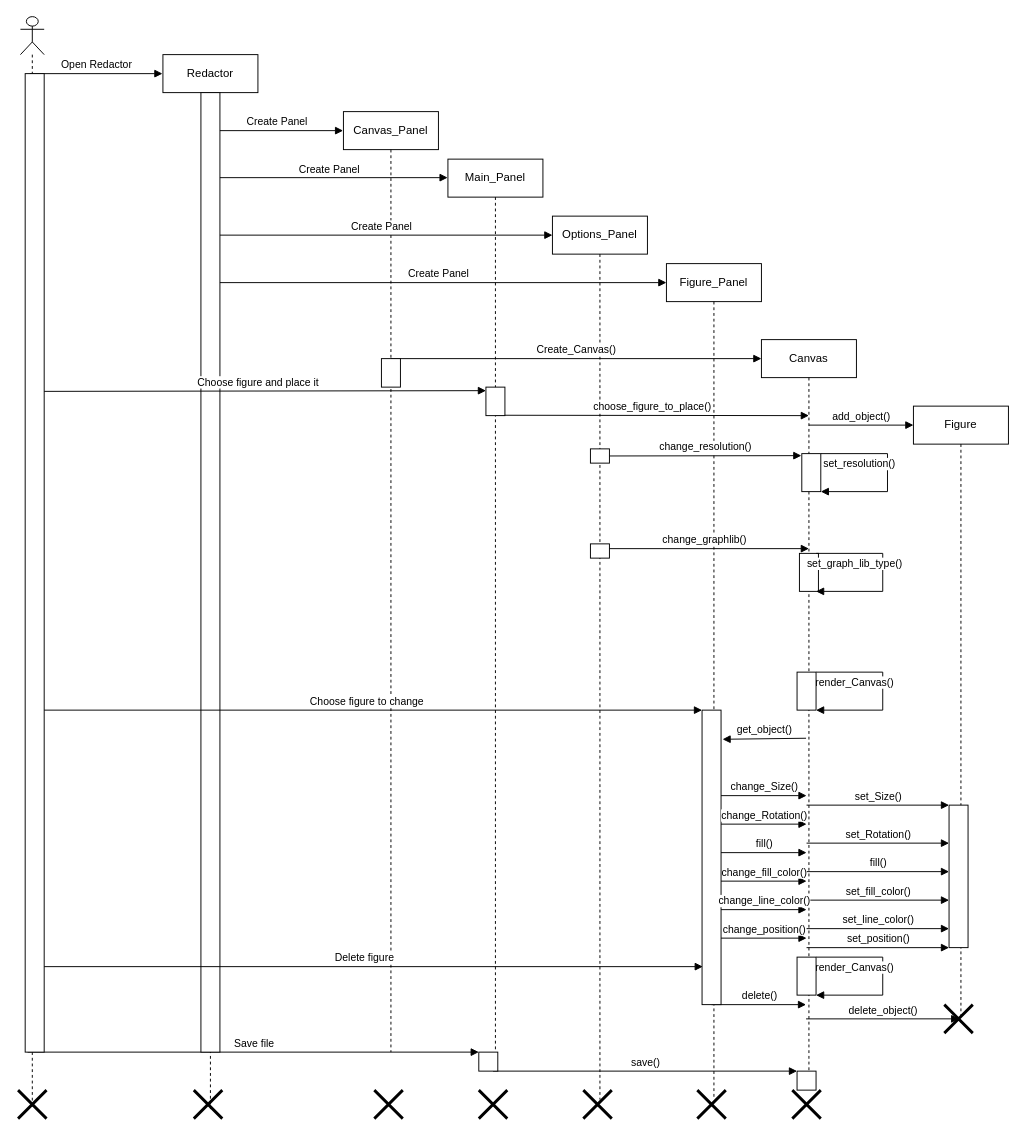
Above: Sequance.drawio in MstislavRomanovski/ProgramIngeneering (draw.io), before the change. Source tidied: cells renumbered, new cells numbered last; positions are measured from the earlier drawing's top-left corner, leaving out a move shared by most shapes. Both pictures are drawn from the tidied source at 95%, with x=0, y=0 at pixel (18, 16).
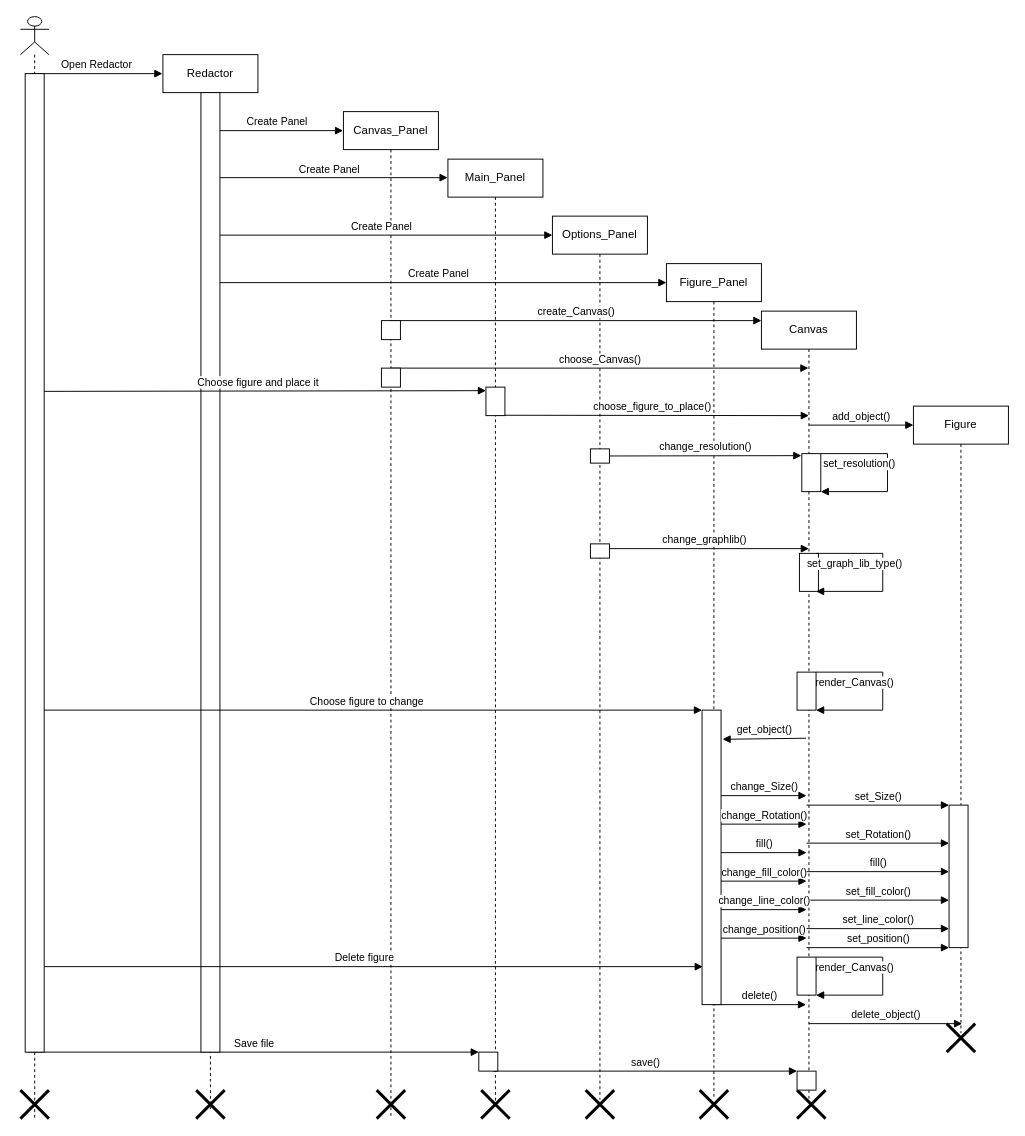
The same page after the edit.

Diff of the diagram source:
```diff
@@
     <mxCell id="3" value="Canvas_Panel" style="shape=umlLifeline;perimeter=lifelinePerimeter;whiteSpace=wrap;html=1;newEdgeStyle={&quot;edgeStyle&quot;:&quot;elbowEdgeStyle&quot;,&quot;elbow&quot;:&quot;vertical&quot;,&quot;curved&quot;:0,&quot;rounded&quot;:0};" parent="1" vertex="1">
-      <mxGeometry x="342" y="100" width="100" height="990" as="geometry" />
+      <mxGeometry x="342" y="100" width="100" height="1060" as="geometry" />
     </mxCell>
+    <mxCell id="35" style="shape=umlDestroy;whiteSpace=wrap;html=1;strokeWidth=3;targetShapes=umlLifeline;" parent="3" vertex="1">
+      <mxGeometry x="35" y="1030" width="30" height="30" as="geometry" />
+    </mxCell>
     <mxCell id="4" value="Main_Panel" style="shape=umlLifeline;perimeter=lifelinePerimeter;whiteSpace=wrap;html=1;newEdgeStyle={&quot;edgeStyle&quot;:&quot;elbowEdgeStyle&quot;,&quot;elbow&quot;:&quot;vertical&quot;,&quot;curved&quot;:0,&quot;rounded&quot;:0};" parent="1" vertex="1">
-      <mxGeometry x="452" y="150" width="100" height="940" as="geometry" />
+      <mxGeometry x="452" y="150" width="100" height="1000" as="geometry" />
     </mxCell>
@@
     <mxCell id="7" value="Canvas" style="shape=umlLifeline;perimeter=lifelinePerimeter;whiteSpace=wrap;html=1;outlineConnect=0;portConstraint=eastwest;newEdgeStyle={&quot;edgeStyle&quot;:&quot;elbowEdgeStyle&quot;,&quot;elbow&quot;:&quot;vertical&quot;,&quot;curved&quot;:0,&quot;rounded&quot;:0};" parent="1" vertex="1">
-      <mxGeometry x="782" y="340" width="100" height="790" as="geometry" />
+      <mxGeometry x="782" y="310" width="100" height="830" as="geometry" />
     </mxCell>
     <mxCell id="8" value="Figure" style="shape=umlLifeline;perimeter=lifelinePerimeter;whiteSpace=wrap;html=1;newEdgeStyle={&quot;edgeStyle&quot;:&quot;elbowEdgeStyle&quot;,&quot;elbow&quot;:&quot;vertical&quot;,&quot;curved&quot;:0,&quot;rounded&quot;:0};" parent="1" vertex="1">
-      <mxGeometry x="942" y="410" width="100" height="650" as="geometry" />
+      <mxGeometry x="942" y="410" width="100" height="660" as="geometry" />
     </mxCell>
-    <mxCell id="9" style="shape=umlDestroy;whiteSpace=wrap;html=1;strokeWidth=3;targetShapes=umlLifeline;" parent="8" vertex="1">
-      <mxGeometry x="32.5" y="630" width="30" height="30" as="geometry" />
-    </mxCell>
     <mxCell id="10" style="shape=umlLifeline;perimeter=lifelinePerimeter;whiteSpace=wrap;html=1;newEdgeStyle={&quot;curved&quot;:0,&quot;rounded&quot;:0};participant=umlActor;" parent="1" vertex="1">
-      <mxGeometry x="2" width="25" height="1150" as="geometry" />
+      <mxGeometry x="2" width="30" height="1160" as="geometry" />
     </mxCell>
+    <mxCell id="37" style="shape=umlDestroy;whiteSpace=wrap;html=1;strokeWidth=3;targetShapes=umlLifeline;" parent="10" vertex="1">
+      <mxGeometry y="1130" width="30" height="30" as="geometry" />
+    </mxCell>
@@
-    <mxCell id="16" value="Create_Canvas()" style="html=1;verticalAlign=bottom;endArrow=block;curved=0;rounded=0;" parent="1" edge="1">
+    <mxCell id="16" value="create_Canvas()" style="html=1;verticalAlign=bottom;endArrow=block;curved=0;rounded=0;" parent="1" edge="1">
       <mxGeometry relative="1" as="geometry">
-        <mxPoint x="392" y="360" as="sourcePoint" />
-        <mxPoint x="782" y="360" as="targetPoint" />
+        <mxPoint x="392" y="320" as="sourcePoint" />
+        <mxPoint x="782" y="320" as="targetPoint" />
       </mxGeometry>
     </mxCell>
@@
-    <mxCell id="22" value="delete_object()" style="html=1;verticalAlign=bottom;endArrow=block;curved=0;rounded=0;entryX=0.526;entryY=0.499;entryDx=0;entryDy=0;entryPerimeter=0;" parent="1" edge="1" target="9">
+    <mxCell id="22" value="delete_object()" style="html=1;verticalAlign=bottom;endArrow=block;curved=0;rounded=0;entryX=0.526;entryY=0.499;entryDx=0;entryDy=0;entryPerimeter=0;" parent="1" edge="1">
       <mxGeometry relative="1" as="geometry">
-        <mxPoint x="829" y="1055" as="sourcePoint" />
+        <mxPoint x="832" y="1060" as="sourcePoint" />
+        <mxPoint x="993.3" y="1060" as="targetPoint" />
       </mxGeometry>
     </mxCell>
@@
     <mxCell id="31" style="shape=umlDestroy;whiteSpace=wrap;html=1;strokeWidth=3;targetShapes=umlLifeline;" parent="1" vertex="1">
-      <mxGeometry x="814.5" y="1130" width="30" height="30" as="geometry" />
+      <mxGeometry x="819.5" y="1130" width="30" height="30" as="geometry" />
     </mxCell>
     <mxCell id="32" style="shape=umlDestroy;whiteSpace=wrap;html=1;strokeWidth=3;targetShapes=umlLifeline;" parent="1" vertex="1">
-      <mxGeometry x="714.5" y="1130" width="30" height="30" as="geometry" />
+      <mxGeometry x="717" y="1130" width="30" height="30" as="geometry" />
     </mxCell>
     <mxCell id="33" style="shape=umlDestroy;whiteSpace=wrap;html=1;strokeWidth=3;targetShapes=umlLifeline;" parent="1" vertex="1">
-      <mxGeometry x="594.5" y="1130" width="30" height="30" as="geometry" />
+      <mxGeometry x="597" y="1130" width="30" height="30" as="geometry" />
     </mxCell>
     <mxCell id="34" style="shape=umlDestroy;whiteSpace=wrap;html=1;strokeWidth=3;targetShapes=umlLifeline;" parent="1" vertex="1">
-      <mxGeometry x="484.5" y="1130" width="30" height="30" as="geometry" />
+      <mxGeometry x="487" y="1130" width="30" height="30" as="geometry" />
     </mxCell>
-    <mxCell id="35" style="shape=umlDestroy;whiteSpace=wrap;html=1;strokeWidth=3;targetShapes=umlLifeline;" parent="1" vertex="1">
-      <mxGeometry x="374.5" y="1130" width="30" height="30" as="geometry" />
-    </mxCell>
     <mxCell id="36" style="shape=umlDestroy;whiteSpace=wrap;html=1;strokeWidth=3;targetShapes=umlLifeline;" parent="1" vertex="1">
-      <mxGeometry x="184.5" y="1130" width="30" height="30" as="geometry" />
+      <mxGeometry x="187" y="1130" width="30" height="30" as="geometry" />
     </mxCell>
-    <mxCell id="37" style="shape=umlDestroy;whiteSpace=wrap;html=1;strokeWidth=3;targetShapes=umlLifeline;" parent="1" vertex="1">
-      <mxGeometry x="-0.5" y="1130" width="30" height="30" as="geometry" />
-    </mxCell>
@@
     <mxCell id="45" style="rounded=0;whiteSpace=wrap;html=1;" parent="1" vertex="1">
-      <mxGeometry x="382" y="360" width="20" height="30" as="geometry" />
+      <mxGeometry x="382" y="320" width="20" height="20" as="geometry" />
     </mxCell>
@@
+    <mxCell id="67" value="choose_Canvas()" style="html=1;verticalAlign=bottom;endArrow=block;curved=0;rounded=0;" parent="1" edge="1" target="7">
+      <mxGeometry relative="1" as="geometry">
+        <mxPoint x="392" y="370" as="sourcePoint" />
+      </mxGeometry>
+    </mxCell>
+    <mxCell id="68" style="rounded=0;whiteSpace=wrap;html=1;" parent="1" vertex="1">
+      <mxGeometry x="382" y="370" width="20" height="20" as="geometry" />
+    </mxCell>
+    <mxCell id="9" style="shape=umlDestroy;whiteSpace=wrap;html=1;strokeWidth=3;targetShapes=umlLifeline;" parent="1" vertex="1">
+      <mxGeometry x="977" y="1060" width="30" height="30" as="geometry" />
+    </mxCell>
```
